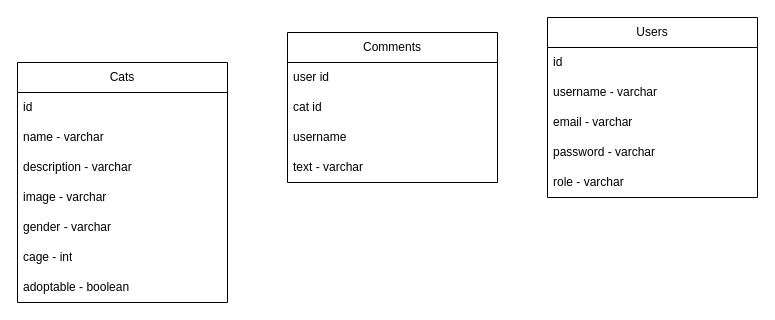
Before: data.drawio in zyteo/TheShelterPeople, a draw.io diagram. Source tidied: cells renumbered, new cells numbered last; positions are measured from the earlier drawing's top-left corner, leaving out a move shared by most shapes. Both pictures are drawn from the tidied source at 100%, with x=0, y=0 at pixel (17, 17).
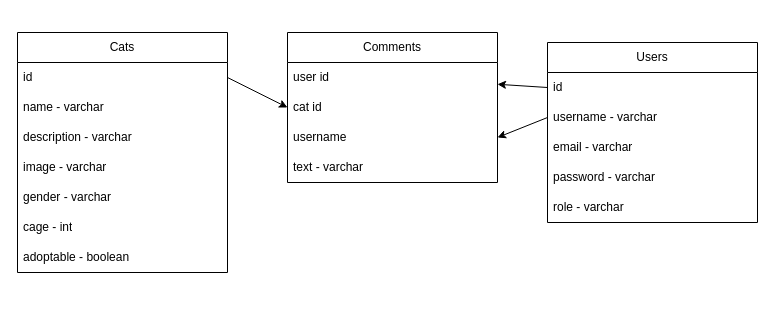
The same page after the edit.

Commit message (it also covers changes not shown here):
adjusted diagram and set up pg

Unchanged cells that the change refers to:
```xml
<mxCell id="3" value="id" style="text;strokeColor=none;fillColor=none;align=left;verticalAlign=middle;spacingLeft=4;spacingRight=4;overflow=hidden;points=[[0,0.5],[1,0.5]];portConstraint=eastwest;whiteSpace=wrap;html=1;" parent="2" vertex="1">
  <mxGeometry y="30" width="210" height="30" as="geometry" />
</mxCell>
<mxCell id="11" value="id" style="text;strokeColor=none;fillColor=none;align=left;verticalAlign=middle;spacingLeft=4;spacingRight=4;overflow=hidden;points=[[0,0.5],[1,0.5]];portConstraint=eastwest;whiteSpace=wrap;html=1;" parent="10" vertex="1">
  <mxGeometry y="30" width="210" height="30" as="geometry" />
</mxCell>
<mxCell id="12" value="username - varchar" style="text;strokeColor=none;fillColor=none;align=left;verticalAlign=middle;spacingLeft=4;spacingRight=4;overflow=hidden;points=[[0,0.5],[1,0.5]];portConstraint=eastwest;whiteSpace=wrap;html=1;" parent="10" vertex="1">
  <mxGeometry y="60" width="210" height="30" as="geometry" />
</mxCell>
<mxCell id="17" value="user id" style="text;strokeColor=none;fillColor=none;align=left;verticalAlign=middle;spacingLeft=4;spacingRight=4;overflow=hidden;points=[[0,0.5],[1,0.5]];portConstraint=eastwest;whiteSpace=wrap;html=1;" parent="16" vertex="1">
  <mxGeometry y="30" width="210" height="30" as="geometry" />
</mxCell>
<mxCell id="18" value="cat id" style="text;strokeColor=none;fillColor=none;align=left;verticalAlign=middle;spacingLeft=4;spacingRight=4;overflow=hidden;points=[[0,0.5],[1,0.5]];portConstraint=eastwest;whiteSpace=wrap;html=1;" parent="16" vertex="1">
  <mxGeometry y="60" width="210" height="30" as="geometry" />
</mxCell>
<mxCell id="19" value="username" style="text;strokeColor=none;fillColor=none;align=left;verticalAlign=middle;spacingLeft=4;spacingRight=4;overflow=hidden;points=[[0,0.5],[1,0.5]];portConstraint=eastwest;whiteSpace=wrap;html=1;" parent="16" vertex="1">
  <mxGeometry y="90" width="210" height="30" as="geometry" />
</mxCell>
```

The edit, as a diff of the source:
```diff
@@
     <mxCell id="2" value="Cats" style="swimlane;fontStyle=0;horizontal=1;startSize=30;whiteSpace=wrap;html=1;" parent="1" vertex="1">
-      <mxGeometry y="45" width="210" height="240" as="geometry" />
+      <mxGeometry y="15" width="210" height="240" as="geometry" />
     </mxCell>
@@
     <mxCell id="10" value="Users" style="swimlane;fontStyle=0;horizontal=1;startSize=30;whiteSpace=wrap;html=1;" parent="1" vertex="1">
-      <mxGeometry x="530" width="210" height="180" as="geometry" />
+      <mxGeometry x="530" y="25" width="210" height="180" as="geometry" />
     </mxCell>
@@
+    <mxCell id="21" style="edgeStyle=none;html=1;exitX=0;exitY=0.5;exitDx=0;exitDy=0;" parent="1" edge="1" source="11" target="17">
+      <mxGeometry relative="1" as="geometry" />
+    </mxCell>
+    <mxCell id="22" style="edgeStyle=none;html=1;exitX=0;exitY=0.5;exitDx=0;exitDy=0;entryX=1;entryY=0.5;entryDx=0;entryDy=0;" parent="1" edge="1" source="12" target="19">
+      <mxGeometry relative="1" as="geometry" />
+    </mxCell>
+    <mxCell id="23" style="edgeStyle=none;html=1;exitX=1;exitY=0.5;exitDx=0;exitDy=0;entryX=0;entryY=0.5;entryDx=0;entryDy=0;" parent="1" edge="1" source="3" target="18">
+      <mxGeometry relative="1" as="geometry" />
+    </mxCell>
```
